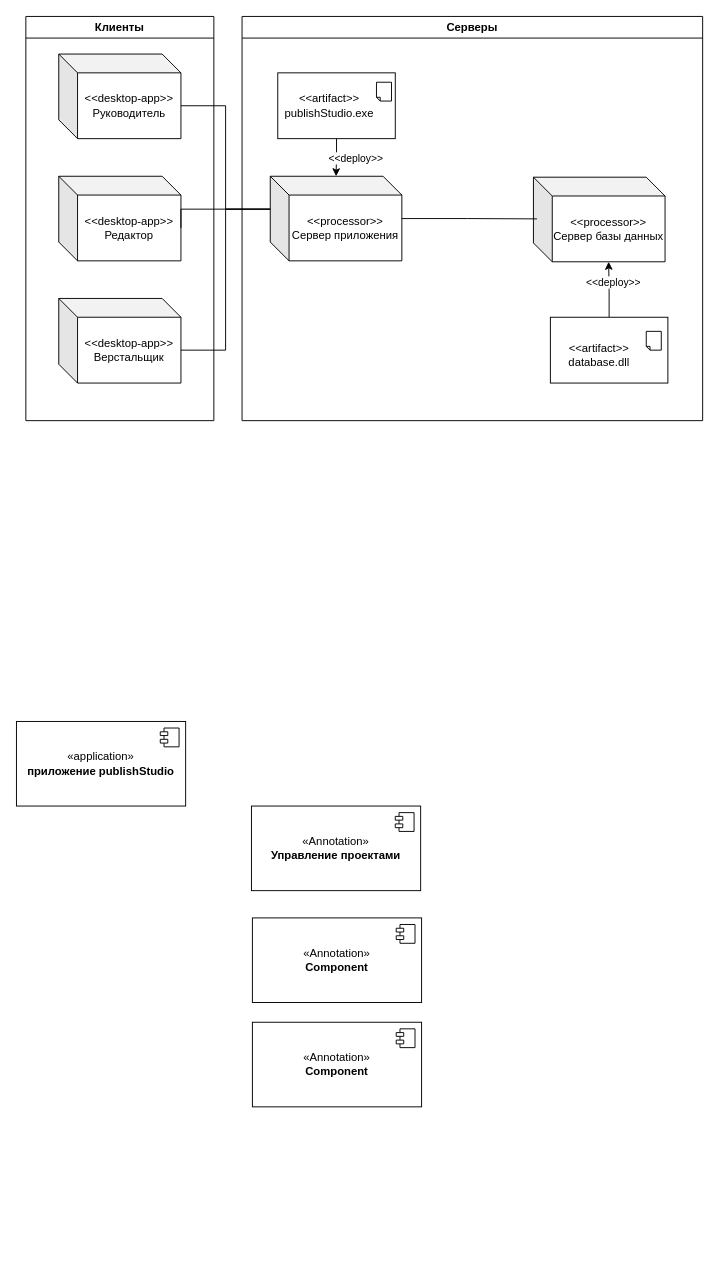
This is prac7.drawio from danaddi/draw.io, a draw.io file, before an edit. Source tidied: cells renumbered, new cells numbered last; positions are measured from the earlier drawing's top-left corner, leaving out a move shared by most shapes. Both pictures are drawn from the tidied source at 94%, with x=0, y=0 at pixel (16, 16).
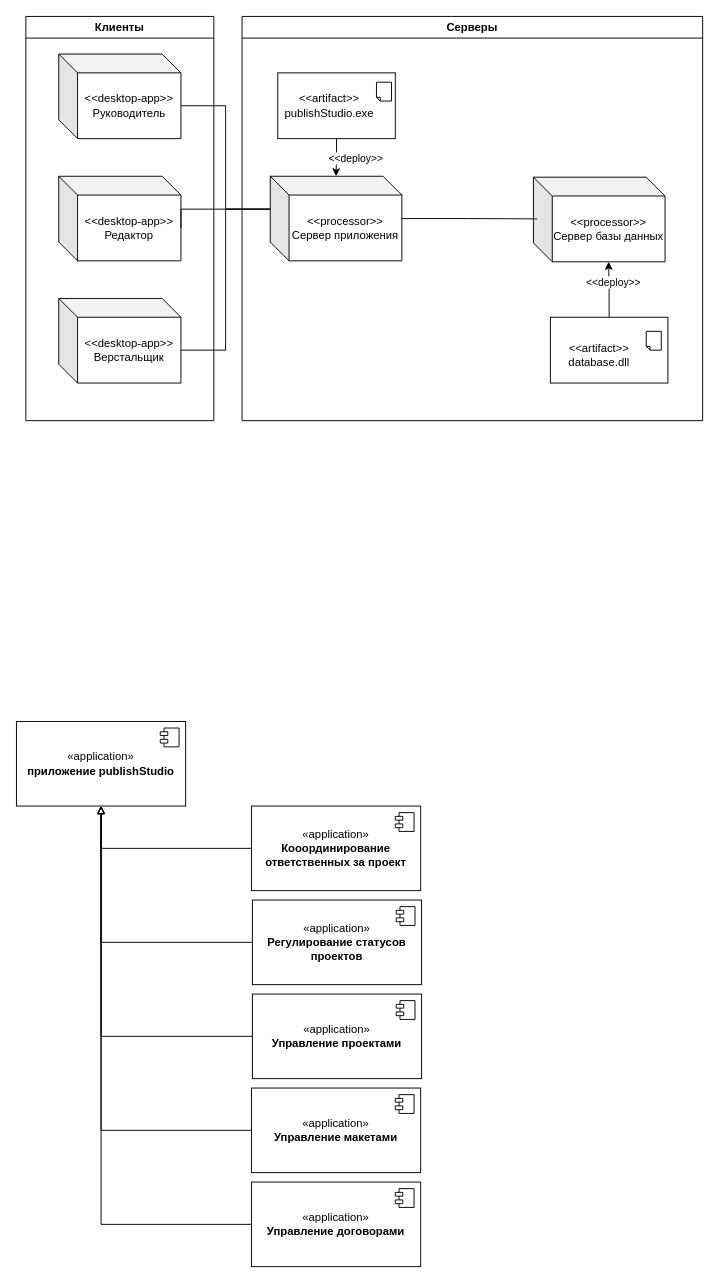
After the change.

The change refers to these unchanged cells:
```xml
<mxCell id="23" value="«application»&lt;br&gt;&lt;b&gt;приложение publishStudio&lt;/b&gt;" style="html=1;whiteSpace=wrap;" parent="1" vertex="1">
  <mxGeometry y="750" width="180" height="90" as="geometry" />
</mxCell>
```

Diff of the diagram source:
```diff
@@
+    <mxCell id="31" style="edgeStyle=orthogonalEdgeStyle;rounded=0;jettySize=auto;html=1;endArrow=block;endFill=0;" parent="1" edge="1" source="25" target="23">
+      <mxGeometry relative="1" as="geometry" />
+    </mxCell>
-    <mxCell id="25" value="«Annotation»&lt;br&gt;&lt;b&gt;Управление проектами&lt;/b&gt;" style="html=1;whiteSpace=wrap;" parent="1" vertex="1">
-      <mxGeometry x="250" y="840" width="180" height="90" as="geometry" />
+    <mxCell id="25" value="«application»&lt;br&gt;&lt;b&gt;Управление проектами&lt;/b&gt;" style="html=1;whiteSpace=wrap;" parent="1" vertex="1">
+      <mxGeometry x="251" y="1040" width="180" height="90" as="geometry" />
     </mxCell>
@@
+    <mxCell id="32" style="edgeStyle=orthogonalEdgeStyle;rounded=0;jettySize=auto;html=1;endArrow=block;endFill=0;" parent="1" edge="1" source="27" target="23">
+      <mxGeometry relative="1" as="geometry" />
+    </mxCell>
-    <mxCell id="27" value="&amp;laquo;Annotation&amp;raquo;&lt;br/&gt;&lt;b&gt;Component&lt;/b&gt;" style="html=1;whiteSpace=wrap;" parent="1" vertex="1">
-      <mxGeometry x="251" y="959" width="180" height="90" as="geometry" />
+    <mxCell id="27" value="«application»&lt;br&gt;&lt;b&gt;Управление договорами&lt;/b&gt;" style="html=1;whiteSpace=wrap;" parent="1" vertex="1">
+      <mxGeometry x="250" y="1240" width="180" height="90" as="geometry" />
     </mxCell>
@@
+    <mxCell id="33" style="edgeStyle=orthogonalEdgeStyle;rounded=0;jettySize=auto;html=1;entryX=0.5;entryY=1;entryDx=0;entryDy=0;endArrow=block;endFill=0;" parent="1" edge="1" source="29" target="23">
+      <mxGeometry relative="1" as="geometry" />
+    </mxCell>
-    <mxCell id="29" value="&amp;laquo;Annotation&amp;raquo;&lt;br/&gt;&lt;b&gt;Component&lt;/b&gt;" style="html=1;whiteSpace=wrap;" parent="1" vertex="1">
-      <mxGeometry x="251" y="1070" width="180" height="90" as="geometry" />
+    <mxCell id="29" value="«application»&lt;br&gt;&lt;b&gt;Кооординирование ответственных за проект&lt;/b&gt;" style="html=1;whiteSpace=wrap;" parent="1" vertex="1">
+      <mxGeometry x="250" y="840" width="180" height="90" as="geometry" />
     </mxCell>
@@
+    <mxCell id="34" style="edgeStyle=orthogonalEdgeStyle;rounded=0;jettySize=auto;html=1;endArrow=block;endFill=0;" parent="1" edge="1" source="35" target="23">
+      <mxGeometry relative="1" as="geometry" />
+    </mxCell>
+    <mxCell id="35" value="«application»&lt;br&gt;&lt;b&gt;Управление макетами&lt;/b&gt;" style="html=1;whiteSpace=wrap;" parent="1" vertex="1">
+      <mxGeometry x="250" y="1140" width="180" height="90" as="geometry" />
+    </mxCell>
+    <mxCell id="36" style="shape=module;jettyWidth=8;jettyHeight=4;" parent="35" vertex="1">
+      <mxGeometry x="1" width="20" height="20" relative="1" as="geometry">
+        <mxPoint x="-27" y="7" as="offset" />
+      </mxGeometry>
+    </mxCell>
+    <mxCell id="37" style="edgeStyle=orthogonalEdgeStyle;rounded=0;jettySize=auto;html=1;entryX=0.5;entryY=1;entryDx=0;entryDy=0;endArrow=block;endFill=0;" parent="1" edge="1" source="38" target="23">
+      <mxGeometry relative="1" as="geometry" />
+    </mxCell>
+    <mxCell id="38" value="«application»&lt;br&gt;&lt;b&gt;Регулирование статусов проектов&lt;/b&gt;" style="html=1;whiteSpace=wrap;" parent="1" vertex="1">
+      <mxGeometry x="251" y="940" width="180" height="90" as="geometry" />
+    </mxCell>
+    <mxCell id="39" style="shape=module;jettyWidth=8;jettyHeight=4;" parent="38" vertex="1">
+      <mxGeometry x="1" width="20" height="20" relative="1" as="geometry">
+        <mxPoint x="-27" y="7" as="offset" />
+      </mxGeometry>
+    </mxCell>
```
